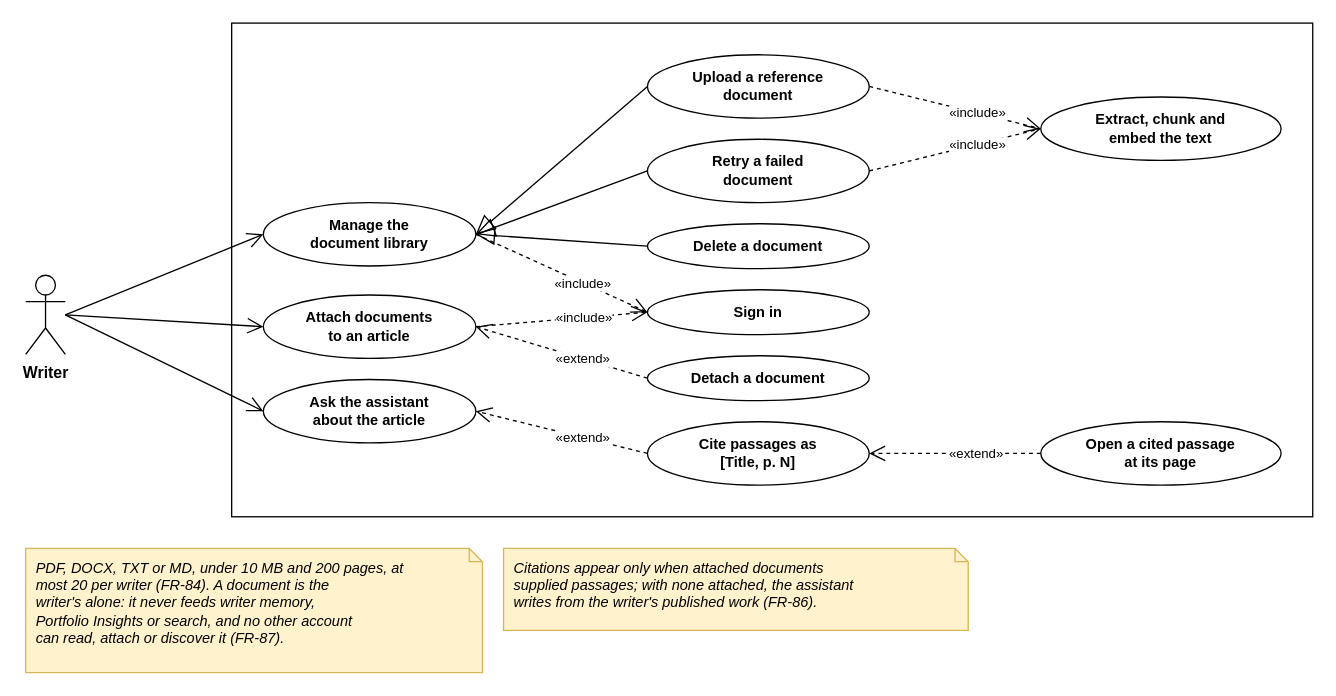
Before: diagrams/fig-7-7-use-case-sprint-9/fig-7-7-use-case-sprint-9.drawio in inkwell-dev/spec.inkwell.ai, a draw.io diagram. Source tidied: cells renumbered, new cells numbered last; positions are measured from the earlier drawing's top-left corner, leaving out a move shared by most shapes. Both pictures are drawn from the tidied source at 132%, with x=0, y=0 at pixel (25, 22).
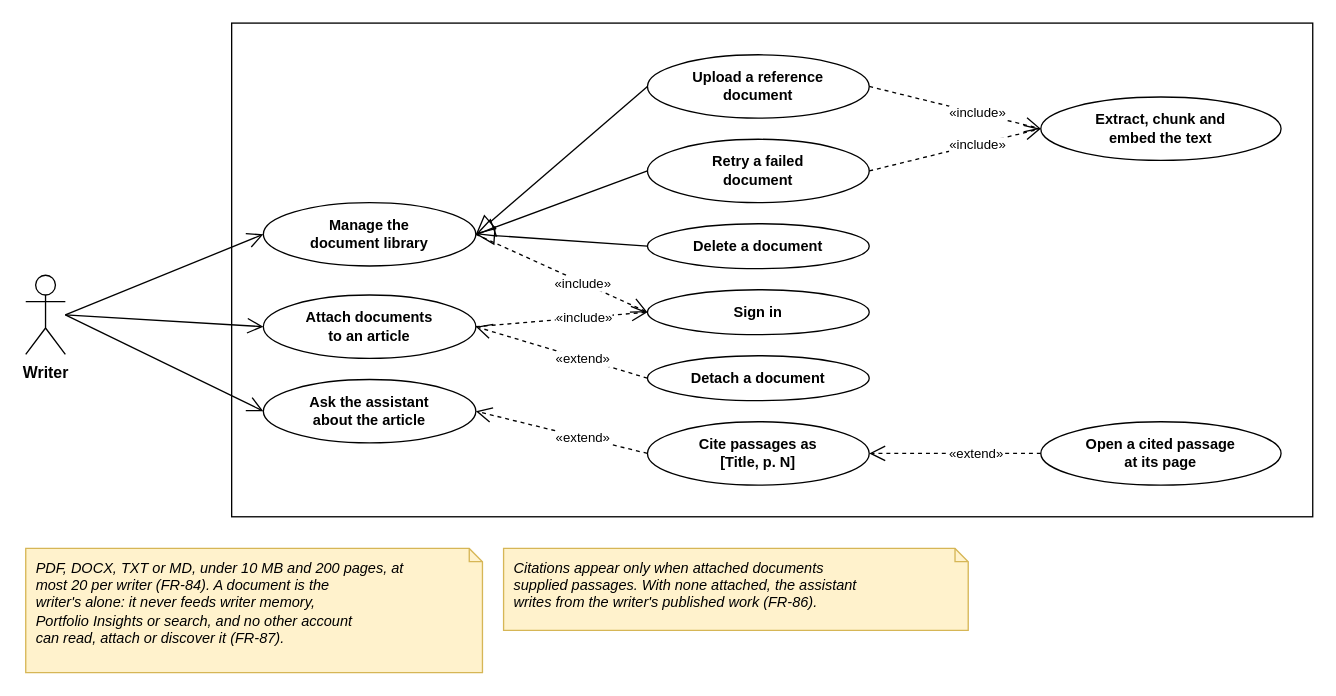
Above is the later version.

Change to the diagram source:
```diff
@@
-    <mxCell id="29" value="Citations appear only when attached documents&lt;br&gt;supplied passages; with none attached, the assistant&lt;br&gt;writes from the writer's published work (FR-86)." style="shape=note;whiteSpace=wrap;html=1;size=10;fillColor=#FFF2CC;strokeColor=#D6B656;align=left;verticalAlign=top;spacingLeft=6;spacingTop=2;fontStyle=2;fontSize=11;fontFamily=Helvetica;fontColor=#000000;" parent="1" vertex="1">
+    <mxCell id="29" value="Citations appear only when attached documents&lt;br&gt;supplied passages. With none attached, the assistant&lt;br&gt;writes from the writer's published work (FR-86)." style="shape=note;whiteSpace=wrap;html=1;size=10;fillColor=#FFF2CC;strokeColor=#D6B656;align=left;verticalAlign=top;spacingLeft=6;spacingTop=2;fontStyle=2;fontSize=11;fontFamily=Helvetica;fontColor=#000000;" parent="1" vertex="1">
       <mxGeometry x="362" y="398" width="352" height="62" as="geometry" />
     </mxCell>
```
